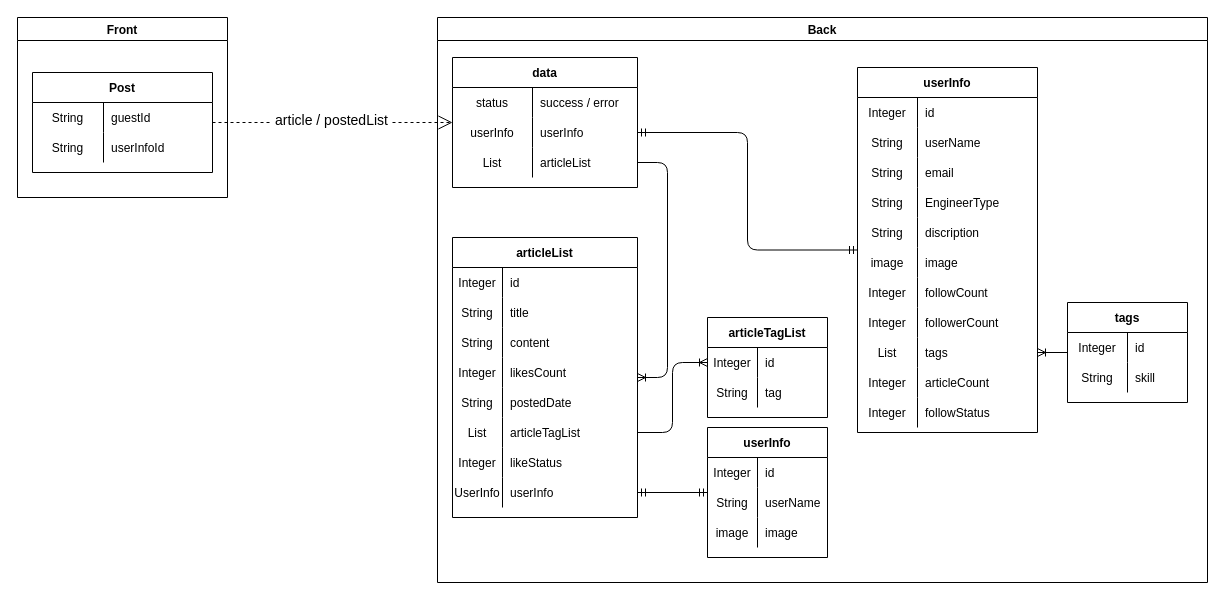
Earlier version of the draw.io diagram page "[表示]投稿記事一覧" (5 of 23) of Designs/基本設計.drawio (yusuke-rakus/Qiish). Source tidied: cells renumbered, new cells numbered last; positions are measured from the earlier drawing's top-left corner, leaving out a move shared by most shapes. Both pictures are drawn from the tidied source at 100%, with x=0, y=0 at pixel (17, 17).
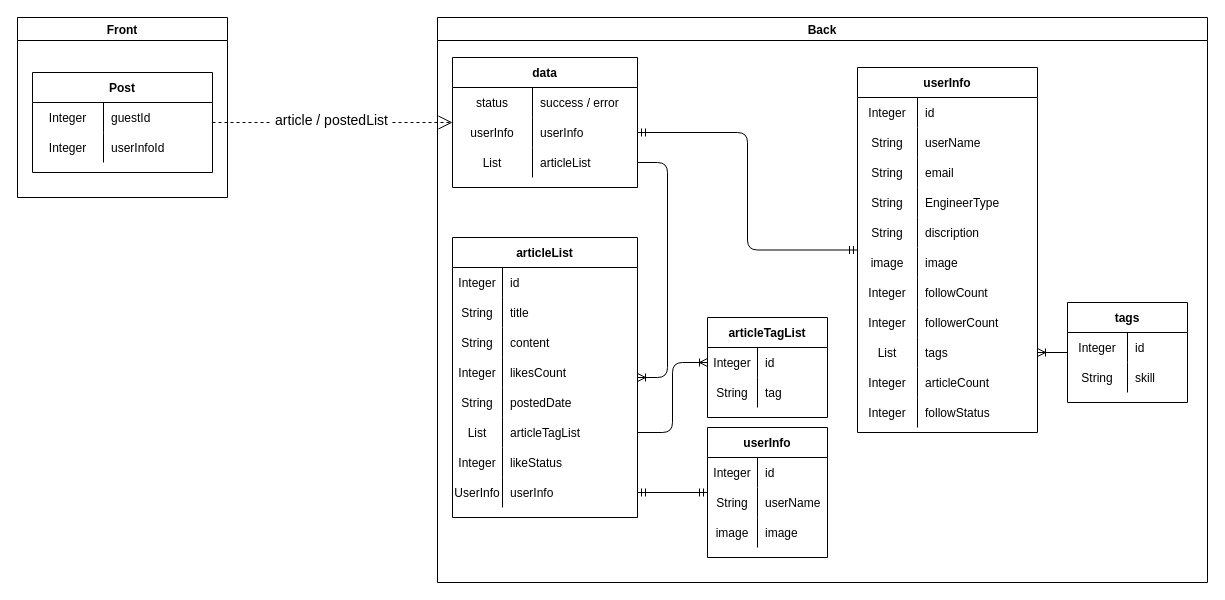
After the change.

Unchanged cells that the change refers to:
```xml
<mxCell id="105" style="shape=partialRectangle;fillColor=none;top=0;left=0;bottom=0;right=0;" parent="104" vertex="1">
  <mxGeometry y="30" width="180" height="30" as="geometry" />
</mxCell>
<mxCell id="108" style="shape=partialRectangle;fillColor=none;top=0;left=0;bottom=0;right=0;" parent="104" vertex="1">
  <mxGeometry y="60" width="180" height="30" as="geometry" />
</mxCell>
```

The edit, as a diff of the source:
```diff
@@
-    <mxCell id="106" value="String" style="shape=partialRectangle;fillColor=none;top=0;left=0;bottom=0;right=0;overflow=hidden;" parent="105" vertex="1">
+    <mxCell id="106" value="Integer" style="shape=partialRectangle;fillColor=none;top=0;left=0;bottom=0;right=0;overflow=hidden;" parent="105" vertex="1">
       <mxGeometry width="71" height="30" as="geometry" />
     </mxCell>
@@
-    <mxCell id="109" value="String" style="shape=partialRectangle;fillColor=none;top=0;left=0;bottom=0;right=0;overflow=hidden;" parent="108" vertex="1">
+    <mxCell id="109" value="Integer" style="shape=partialRectangle;fillColor=none;top=0;left=0;bottom=0;right=0;overflow=hidden;" parent="108" vertex="1">
       <mxGeometry width="71" height="30" as="geometry" />
     </mxCell>
```
